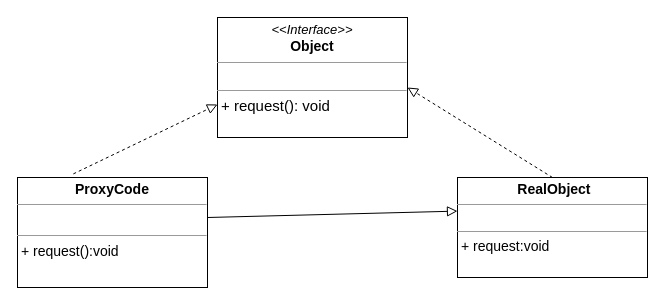
The draw.io diagram structural/proxy/proxy.drawio in MaksShadows/Patterns, before the edit. Source tidied: cells renumbered, new cells numbered last; positions are measured from the earlier drawing's top-left corner, leaving out a move shared by most shapes. Both pictures are drawn from the tidied source at 100%, with x=0, y=0 at pixel (17, 17).
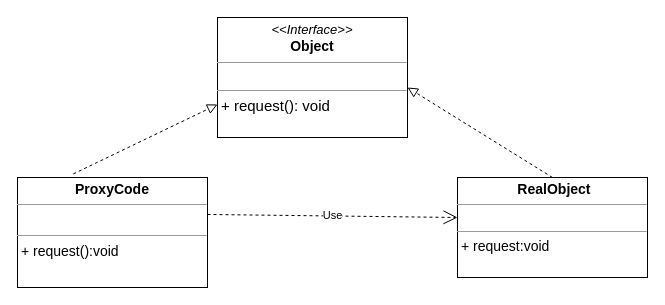
The same page after the edit.

Change to the diagram source:
```diff
@@
 <mxGraphModel>
   <root>
     <mxCell id="0" />
     <mxCell id="1" parent="0" />
     <mxCell id="2" value="&lt;p style=&quot;margin: 0px ; margin-top: 4px ; text-align: center&quot;&gt;&lt;b&gt;&lt;font style=&quot;font-size: 14px&quot;&gt;ProxyCode&lt;/font&gt;&lt;/b&gt;&lt;br&gt;&lt;/p&gt;&lt;hr size=&quot;1&quot;&gt;&lt;p style=&quot;margin: 0px ; margin-left: 4px&quot;&gt;&lt;/p&gt;&lt;font style=&quot;font-size: 14px&quot;&gt;&lt;br&gt;&lt;/font&gt;&lt;hr size=&quot;1&quot; style=&quot;font-size: 14px&quot;&gt;&lt;p style=&quot;margin: 0px ; margin-left: 4px&quot;&gt;&lt;font style=&quot;font-size: 14px&quot;&gt;+ request():void&lt;/font&gt;&lt;/p&gt;" style="verticalAlign=top;align=left;overflow=fill;fontSize=12;fontFamily=Helvetica;html=1;" parent="1" vertex="1">
       <mxGeometry y="160" width="190" height="110" as="geometry" />
     </mxCell>
     <mxCell id="3" style="endArrow=block;startArrow=none;endFill=0;startFill=0;endSize=8;html=1;verticalAlign=bottom;dashed=1;labelBackgroundColor=none;exitX=0.294;exitY=-0.033;exitDx=0;exitDy=0;exitPerimeter=0;entryX=0;entryY=0.588;entryDx=0;entryDy=0;entryPerimeter=0;" parent="1" edge="1" source="2">
       <mxGeometry relative="1" as="geometry">
         <mxPoint x="200" y="87" as="targetPoint" />
       </mxGeometry>
     </mxCell>
     <mxCell id="4" style="endArrow=block;startArrow=none;endFill=0;startFill=0;endSize=8;html=1;verticalAlign=bottom;dashed=1;labelBackgroundColor=none;exitX=0.5;exitY=0;exitDx=0;exitDy=0;entryX=1;entryY=0.5;entryDx=0;entryDy=0;" parent="1" edge="1" source="5">
       <mxGeometry relative="1" as="geometry">
         <mxPoint x="390" y="70" as="targetPoint" />
       </mxGeometry>
     </mxCell>
     <mxCell id="5" value="&lt;p style=&quot;margin: 0px ; margin-top: 4px ; text-align: center&quot;&gt;&lt;span style=&quot;font-size: 14px&quot;&gt;&lt;b&gt;&amp;nbsp;RealObject&lt;/b&gt;&lt;/span&gt;&lt;br&gt;&lt;/p&gt;&lt;hr size=&quot;1&quot;&gt;&lt;p style=&quot;margin: 0px ; margin-left: 4px&quot;&gt;&lt;br&gt;&lt;/p&gt;&lt;hr size=&quot;1&quot;&gt;&lt;p style=&quot;margin: 0px ; margin-left: 4px&quot;&gt;&lt;font style=&quot;font-size: 14px&quot;&gt;+ request:void&lt;/font&gt;&lt;/p&gt;" style="verticalAlign=top;align=left;overflow=fill;fontSize=12;fontFamily=Helvetica;html=1;" parent="1" vertex="1">
       <mxGeometry x="440" y="160" width="190" height="100" as="geometry" />
     </mxCell>
     <mxCell id="6" value="&lt;p style=&quot;margin: 4px 0px 0px ; text-align: center ; font-size: 14px&quot;&gt;&lt;i style=&quot;font-size: 13px&quot;&gt;&amp;lt;&amp;lt;Interface&amp;gt;&amp;gt;&lt;/i&gt;&lt;br&gt;&lt;b&gt;Object&lt;/b&gt;&lt;/p&gt;&lt;hr size=&quot;1&quot; style=&quot;font-size: 14px&quot;&gt;&lt;p style=&quot;margin: 0px ; margin-left: 4px&quot;&gt;&lt;br&gt;&lt;/p&gt;&lt;hr size=&quot;1&quot;&gt;&lt;p style=&quot;margin: 0px 0px 0px 4px&quot;&gt;&lt;font style=&quot;font-size: 15px&quot;&gt;+ request(): void&lt;/font&gt;&lt;br&gt;&lt;/p&gt;" style="verticalAlign=top;align=left;overflow=fill;fontSize=12;fontFamily=Helvetica;html=1;" parent="1" vertex="1">
       <mxGeometry x="200" width="190" height="120" as="geometry" />
     </mxCell>
-    <mxCell id="7" style="endArrow=block;html=1;rounded=0;align=center;verticalAlign=bottom;endFill=0;labelBackgroundColor=none;endSize=8;entryX=0;entryY=0.336;entryDx=0;entryDy=0;entryPerimeter=0;" parent="1" edge="1" target="5">
-      <mxGeometry x="-0.62" y="-60" relative="1" as="geometry">
-        <mxPoint x="190" y="200" as="sourcePoint" />
-      </mxGeometry>
-    </mxCell>
+    <mxCell id="8" value="Use" style="endArrow=open;endSize=12;dashed=1;html=1;exitX=1;exitY=0.336;exitDx=0;exitDy=0;exitPerimeter=0;" parent="1" edge="1" source="2">
+      <mxGeometry relative="1" as="geometry">
+        <mxPoint x="440" y="200" as="targetPoint" />
+      </mxGeometry>
+    </mxCell>
   </root>
 </mxGraphModel>
```
